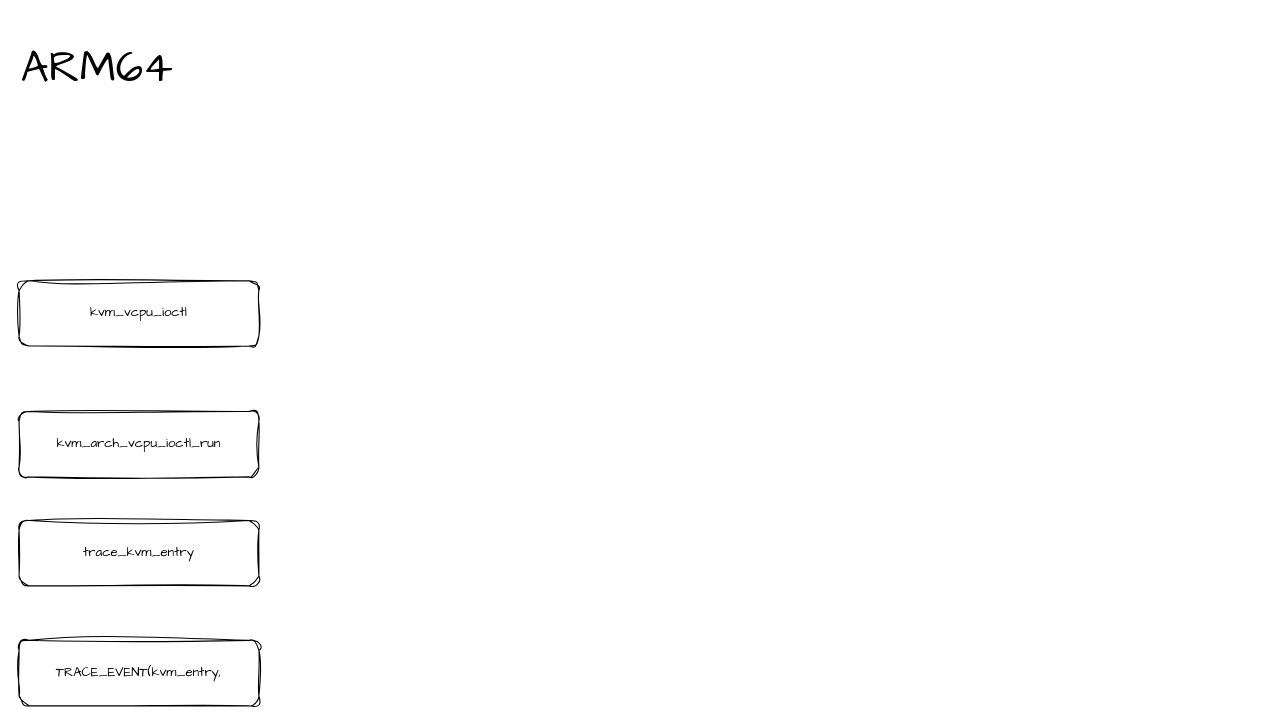
Earlier version of the draw.io diagram kvm_tracepoint.drawio (hubblezzhu/riscv-native-os). Source tidied: cells renumbered, new cells numbered last; positions are measured from the earlier drawing's top-left corner, leaving out a move shared by most shapes. Both pictures are drawn from the tidied source at 109%, with x=0, y=0 at pixel (19, 19).
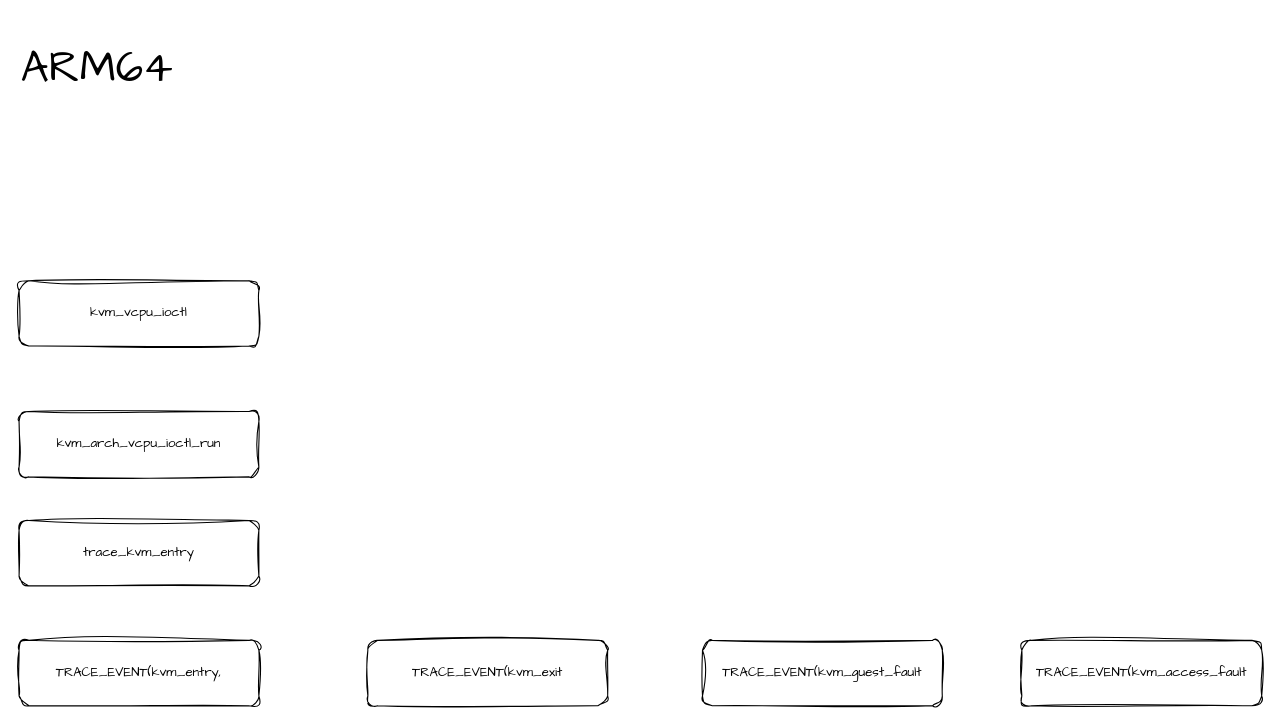
The same page after the edit.

Change to the diagram source:
```diff
@@
 <mxGraphModel>
   <root>
     <mxCell id="0" />
     <mxCell id="1" parent="0" />
     <mxCell id="2" value="TRACE_EVENT(kvm_entry," style="rounded=1;whiteSpace=wrap;html=1;sketch=1;curveFitting=1;jiggle=2;fontFamily=Comic Sans MS;" parent="1" vertex="1">
       <mxGeometry y="570" width="220" height="60" as="geometry" />
     </mxCell>
     <mxCell id="3" value="&lt;font style=&quot;font-size: 40px;&quot;&gt;ARM64&lt;/font&gt;" style="text;html=1;align=left;verticalAlign=middle;whiteSpace=wrap;rounded=0;sketch=1;curveFitting=1;jiggle=2;fontFamily=Comic Sans MS;" parent="1" vertex="1">
       <mxGeometry width="190" height="90" as="geometry" />
     </mxCell>
     <mxCell id="4" value="trace_kvm_entry" style="rounded=1;whiteSpace=wrap;html=1;sketch=1;curveFitting=1;jiggle=2;fontFamily=Comic Sans MS;" parent="1" vertex="1">
       <mxGeometry y="460" width="220" height="60" as="geometry" />
     </mxCell>
     <mxCell id="5" value="kvm_arch_vcpu_ioctl_run" style="rounded=1;whiteSpace=wrap;html=1;sketch=1;curveFitting=1;jiggle=2;fontFamily=Comic Sans MS;" parent="1" vertex="1">
       <mxGeometry y="360" width="220" height="60" as="geometry" />
     </mxCell>
     <mxCell id="6" value="kvm_vcpu_ioctl" style="rounded=1;whiteSpace=wrap;html=1;sketch=1;curveFitting=1;jiggle=2;fontFamily=Comic Sans MS;" parent="1" vertex="1">
       <mxGeometry y="240" width="220" height="60" as="geometry" />
     </mxCell>
+    <mxCell id="7" value="TRACE_EVENT(kvm_exit" style="rounded=1;whiteSpace=wrap;html=1;sketch=1;curveFitting=1;jiggle=2;fontFamily=Comic Sans MS;" parent="1" vertex="1">
+      <mxGeometry x="320" y="570" width="220" height="60" as="geometry" />
+    </mxCell>
+    <mxCell id="8" value="TRACE_EVENT(kvm_guest_fault" style="rounded=1;whiteSpace=wrap;html=1;sketch=1;curveFitting=1;jiggle=2;fontFamily=Comic Sans MS;" parent="1" vertex="1">
+      <mxGeometry x="627" y="570" width="220" height="60" as="geometry" />
+    </mxCell>
+    <mxCell id="9" value="TRACE_EVENT(kvm_access_fault" style="rounded=1;whiteSpace=wrap;html=1;sketch=1;curveFitting=1;jiggle=2;fontFamily=Comic Sans MS;" parent="1" vertex="1">
+      <mxGeometry x="920" y="570" width="220" height="60" as="geometry" />
+    </mxCell>
   </root>
 </mxGraphModel>
```
